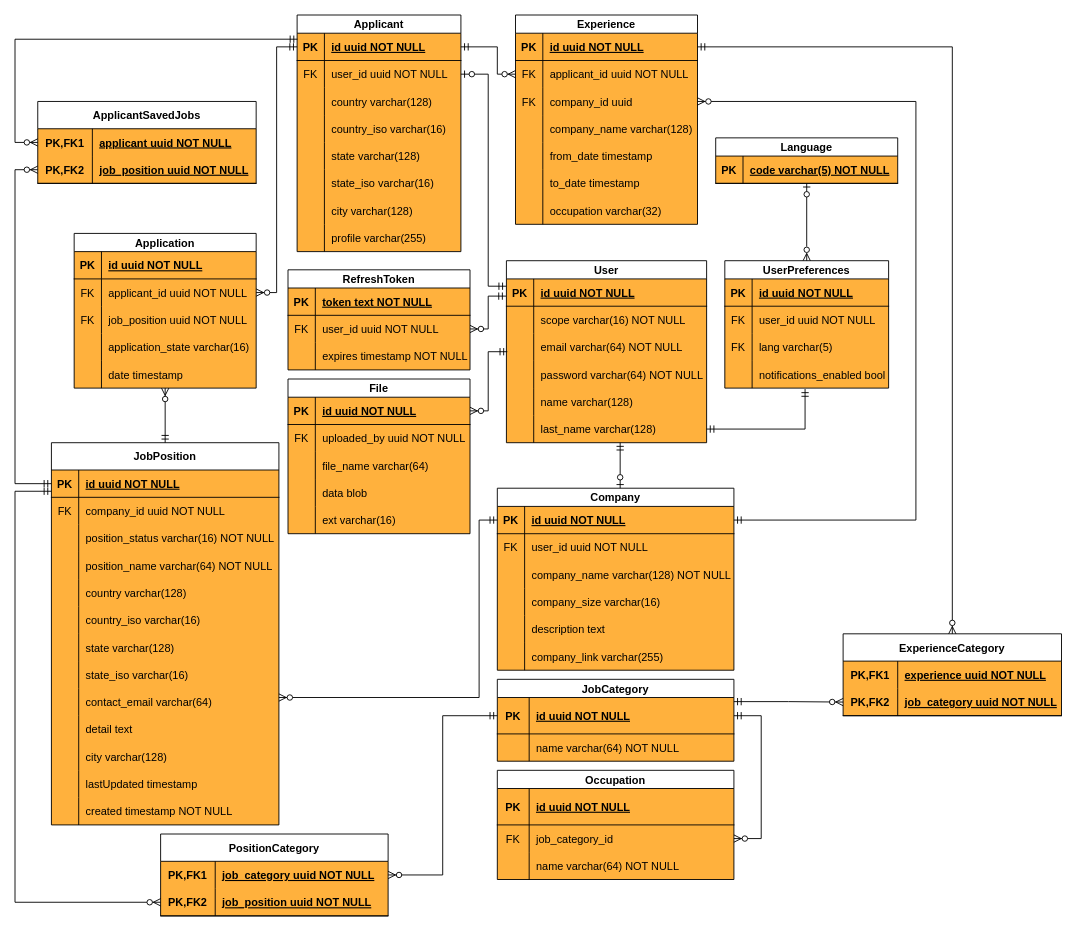
Earlier version of the draw.io diagram diagrams/ERD.drawio (BUTAJI9l-IT/job-portal). Source tidied: cells renumbered, new cells numbered last; positions are measured from the earlier drawing's top-left corner, leaving out a move shared by most shapes. Both pictures are drawn from the tidied source at 91%, with x=0, y=0 at pixel (15, 15).
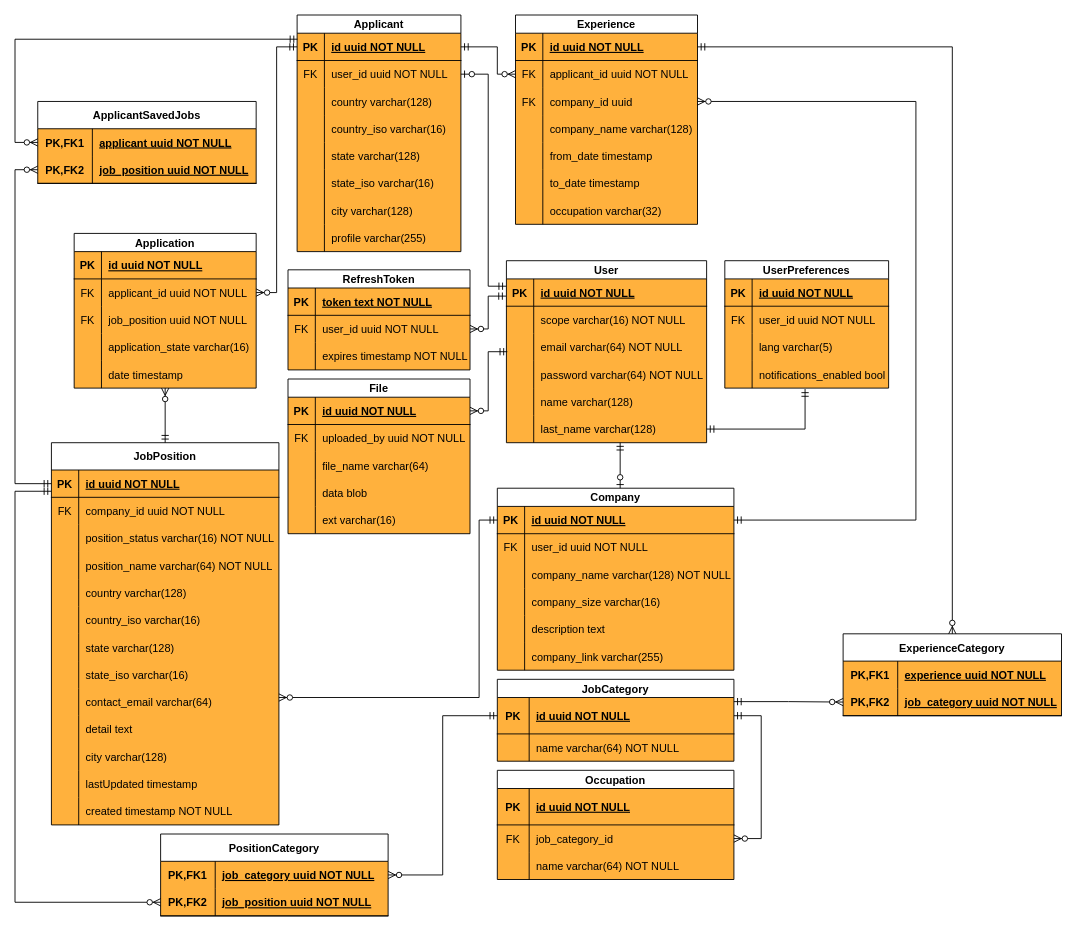
Above is the later version.

The change refers to these unchanged cells:
```xml
<mxCell id="227" value="UserPreferences" style="shape=table;startSize=20;childLayout=tableLayout;rowLines=0;fontStyle=1;align=center;swimlaneFillColor=#FFB13D;" parent="1" vertex="1">
  <mxGeometry x="780" y="270" width="180" height="140" as="geometry" />
</mxCell>
<mxCell id="234" style="shape=tableRow;horizontal=0;startSize=0;swimlaneHead=0;swimlaneBody=0;fillColor=none;top=0;left=0;right=0;bottom=0;" parent="227" vertex="1">
  <mxGeometry y="80" width="180" height="30" as="geometry" />
</mxCell>
```

What changed in the source:
```diff
@@
-    <mxCell id="223" value="Language" style="shape=table;startSize=20;childLayout=tableLayout;rowLines=0;fontStyle=1;align=center;swimlaneFillColor=#FFB13D;" parent="1" vertex="1">
-      <mxGeometry x="770" y="135" width="200" height="50" as="geometry" />
-    </mxCell>
-    <mxCell id="224" style="shape=tableRow;horizontal=0;startSize=0;swimlaneHead=0;swimlaneBody=0;fillColor=none;points=[[0,0.5],[1,0.5]];portConstraint=eastwest;top=0;left=0;right=0;bottom=1;" parent="223" vertex="1">
-      <mxGeometry y="20" width="200" height="30" as="geometry" />
-    </mxCell>
-    <mxCell id="225" value="PK" style="shape=partialRectangle;fillColor=none;top=0;left=0;bottom=0;right=0;fontStyle=1;overflow=hidden;" parent="224" vertex="1">
-      <mxGeometry width="30" height="30" as="geometry" />
-    </mxCell>
-    <mxCell id="226" value="code varchar(5) NOT NULL" style="shape=partialRectangle;fillColor=none;top=0;left=0;bottom=0;right=0;align=left;spacingLeft=6;fontStyle=5;overflow=hidden;" parent="224" vertex="1">
-      <mxGeometry x="30" width="170" height="30" as="geometry" />
-    </mxCell>
@@
-    <mxCell id="235" value="FK" style="shape=partialRectangle;fillColor=none;top=0;left=0;bottom=0;right=0;fontStyle=0;overflow=hidden;" parent="234" vertex="1">
+    <mxCell id="235" style="shape=partialRectangle;fillColor=none;top=0;left=0;bottom=0;right=0;fontStyle=0;overflow=hidden;" parent="234" vertex="1">
       <mxGeometry width="30" height="30" as="geometry" />
     </mxCell>
@@
-    <mxCell id="241" style="fontSize=12;html=1;endArrow=ERzeroToOne;startArrow=ERzeroToMany;rounded=0;exitX=0.5;exitY=0;exitDx=0;exitDy=0;startFill=0;" parent="1" edge="1" source="227" target="224">
-      <mxGeometry relative="1" as="geometry" />
-    </mxCell>
```
